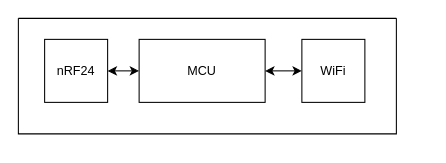
Before: static/diagrams/homio-component.drawio in petrica/martinescu, a draw.io diagram. Source tidied: cells renumbered, new cells numbered last; positions are measured from the earlier drawing's top-left corner, leaving out a move shared by most shapes. Both pictures are drawn from the tidied source at 105%, with x=0, y=0 at pixel (18, 18).
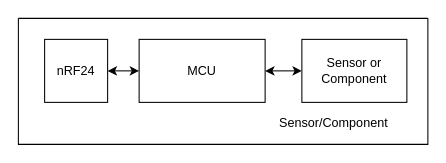
After the change.

What changed in the source:
```diff
@@
 <mxGraphModel>
   <root>
     <mxCell id="0" />
     <mxCell id="1" parent="0" />
     <mxCell id="2" style="swimlane;startSize=0;" parent="1" vertex="1">
-      <mxGeometry width="360" height="110" as="geometry" />
+      <mxGeometry width="390" height="120" as="geometry" />
     </mxCell>
     <mxCell id="3" style="edgeStyle=orthogonalEdgeStyle;rounded=0;jettySize=auto;html=1;exitX=1;exitY=0.5;exitDx=0;exitDy=0;entryX=0;entryY=0.5;entryDx=0;entryDy=0;startArrow=classic;startFill=1;" parent="2" edge="1" source="4" target="6">
       <mxGeometry relative="1" as="geometry" />
     </mxCell>
     <mxCell id="4" value="nRF24" style="rounded=0;whiteSpace=wrap;html=1;" parent="2" vertex="1">
       <mxGeometry x="25" y="20" width="60" height="60" as="geometry" />
     </mxCell>
     <mxCell id="5" style="edgeStyle=orthogonalEdgeStyle;rounded=0;jettySize=auto;html=1;exitX=1;exitY=0.5;exitDx=0;exitDy=0;entryX=0;entryY=0.5;entryDx=0;entryDy=0;startArrow=classic;startFill=1;" parent="2" edge="1" source="6" target="7">
       <mxGeometry relative="1" as="geometry" />
     </mxCell>
     <mxCell id="6" value="MCU" style="rounded=0;whiteSpace=wrap;html=1;" parent="2" vertex="1">
       <mxGeometry x="115" y="20" width="120" height="60" as="geometry" />
     </mxCell>
-    <mxCell id="7" value="WiFi" style="rounded=0;whiteSpace=wrap;html=1;" parent="2" vertex="1">
-      <mxGeometry x="270" y="20" width="60" height="60" as="geometry" />
+    <mxCell id="7" value="Sensor or Component" style="rounded=0;whiteSpace=wrap;html=1;" parent="2" vertex="1">
+      <mxGeometry x="270" y="20" width="100" height="60" as="geometry" />
     </mxCell>
+    <mxCell id="8" value="Sensor/Component" style="text;html=1;align=center;verticalAlign=middle;strokeColor=none;" parent="2" vertex="1">
+      <mxGeometry x="240" y="90" width="120" height="20" as="geometry" />
+    </mxCell>
   </root>
 </mxGraphModel>
```
